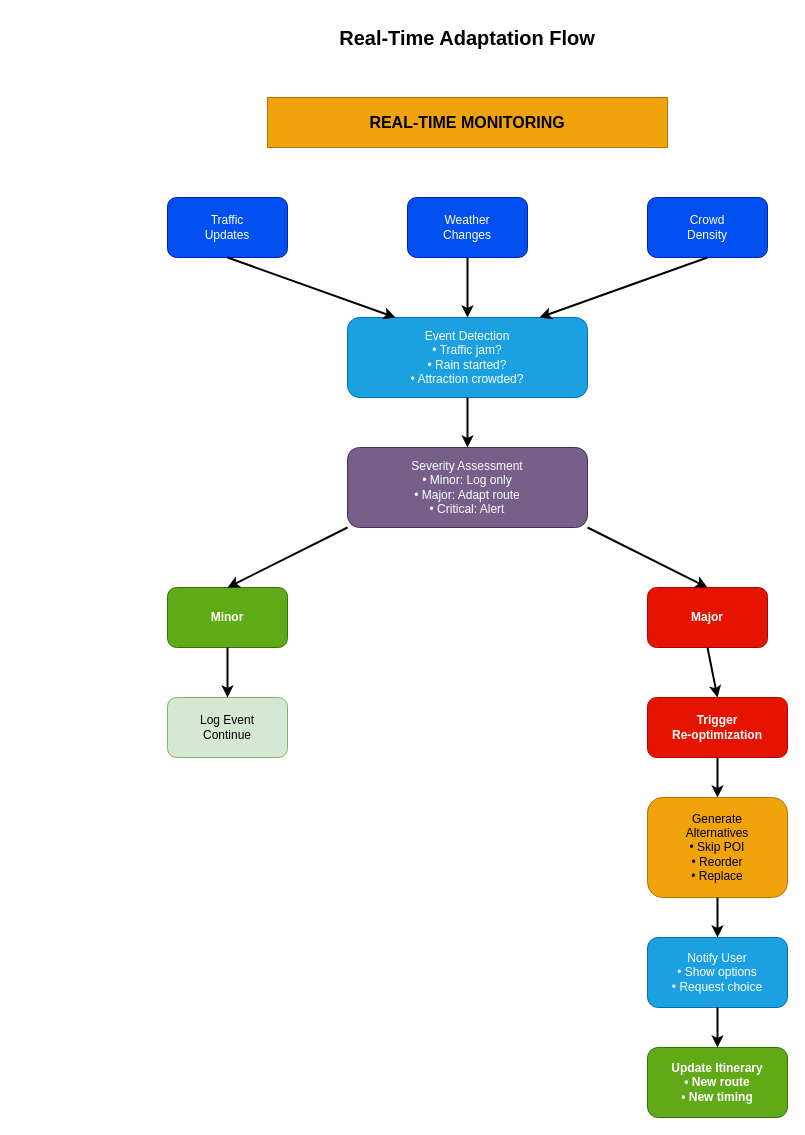
Earlier version of the draw.io diagram diagrams/diagram_6_realtime_adaptation.drawio (Maxwell-Fernandes/WanderWise-FYP). Source tidied: cells renumbered, new cells numbered last; positions are measured from the earlier drawing's top-left corner, leaving out a move shared by most shapes. Both pictures are drawn from the tidied source at 100%, with x=0, y=0 at pixel (167, 17).
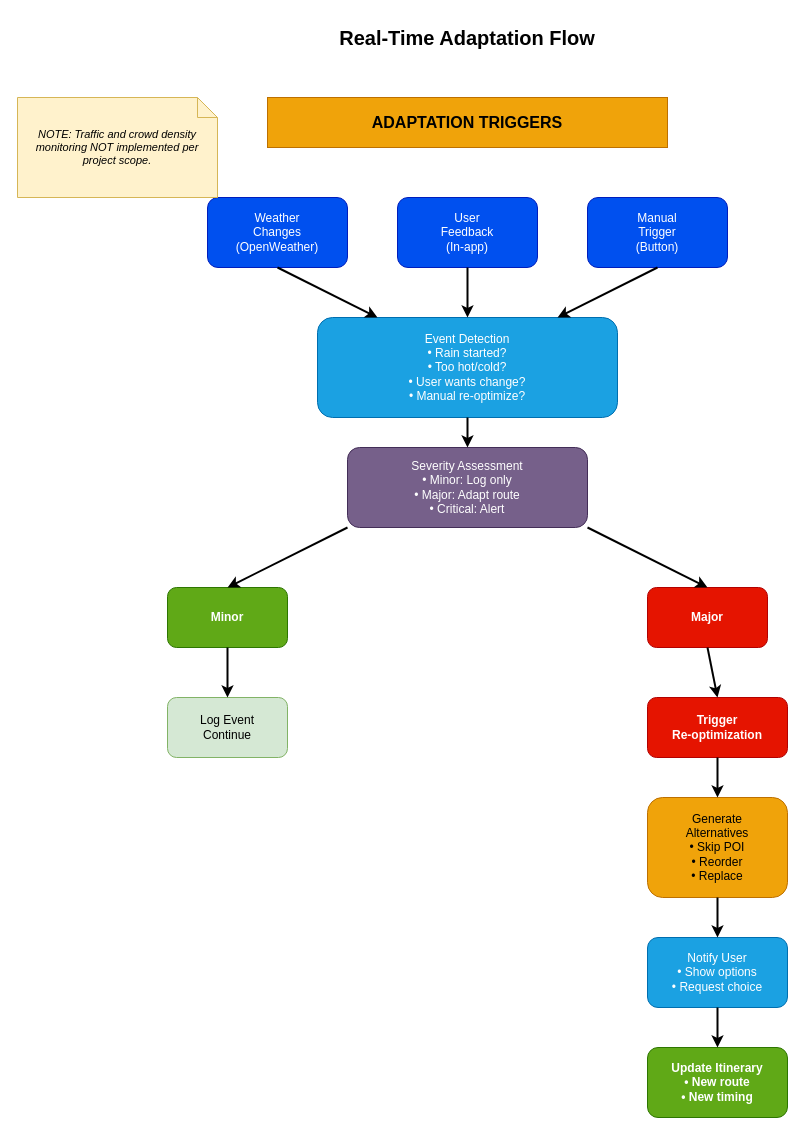
After the change.

Diff of the diagram source:
```diff
@@
-    <mxCell id="3" value="REAL-TIME MONITORING" style="rounded=0;whiteSpace=wrap;html=1;fillColor=#f0a30a;strokeColor=#BD7000;fontColor=#000000;fontStyle=1;fontSize=16;" parent="1" vertex="1">
+    <mxCell id="3" value="ADAPTATION TRIGGERS" style="rounded=0;whiteSpace=wrap;html=1;fillColor=#f0a30a;strokeColor=#BD7000;fontColor=#000000;fontStyle=1;fontSize=16;" parent="1" vertex="1">
       <mxGeometry x="100" y="80" width="400" height="50" as="geometry" />
     </mxCell>
-    <mxCell id="4" value="Traffic&lt;br&gt;Updates" style="rounded=1;whiteSpace=wrap;html=1;fillColor=#0050ef;strokeColor=#001DBC;fontColor=#ffffff;" parent="1" vertex="1">
-      <mxGeometry y="180" width="120" height="60" as="geometry" />
-    </mxCell>
-    <mxCell id="5" value="Weather&lt;br&gt;Changes" style="rounded=1;whiteSpace=wrap;html=1;fillColor=#0050ef;strokeColor=#001DBC;fontColor=#ffffff;" parent="1" vertex="1">
-      <mxGeometry x="240" y="180" width="120" height="60" as="geometry" />
+    <mxCell id="5" value="Weather&lt;br&gt;Changes&lt;br&gt;(OpenWeather)" style="rounded=1;whiteSpace=wrap;html=1;fillColor=#0050ef;strokeColor=#001DBC;fontColor=#ffffff;" parent="1" vertex="1">
+      <mxGeometry x="40" y="180" width="140" height="70" as="geometry" />
     </mxCell>
-    <mxCell id="6" value="Crowd&lt;br&gt;Density" style="rounded=1;whiteSpace=wrap;html=1;fillColor=#0050ef;strokeColor=#001DBC;fontColor=#ffffff;" parent="1" vertex="1">
-      <mxGeometry x="480" y="180" width="120" height="60" as="geometry" />
-    </mxCell>
+    <mxCell id="27" value="User&lt;br&gt;Feedback&lt;br&gt;(In-app)" style="rounded=1;whiteSpace=wrap;html=1;fillColor=#0050ef;strokeColor=#001DBC;fontColor=#ffffff;" parent="1" vertex="1">
+      <mxGeometry x="230" y="180" width="140" height="70" as="geometry" />
+    </mxCell>
+    <mxCell id="28" value="Manual&lt;br&gt;Trigger&lt;br&gt;(Button)" style="rounded=1;whiteSpace=wrap;html=1;fillColor=#0050ef;strokeColor=#001DBC;fontColor=#ffffff;" parent="1" vertex="1">
+      <mxGeometry x="420" y="180" width="140" height="70" as="geometry" />
+    </mxCell>
-    <mxCell id="7" value="Event Detection&lt;br&gt;• Traffic jam?&lt;br&gt;• Rain started?&lt;br&gt;• Attraction crowded?" style="rounded=1;whiteSpace=wrap;html=1;fillColor=#1ba1e2;strokeColor=#006EAF;fontColor=#ffffff;" parent="1" vertex="1">
-      <mxGeometry x="180" y="300" width="240" height="80" as="geometry" />
+    <mxCell id="7" value="Event Detection&lt;br&gt;• Rain started?&lt;br&gt;• Too hot/cold?&lt;br&gt;• User wants change?&lt;br&gt;• Manual re-optimize?" style="rounded=1;whiteSpace=wrap;html=1;fillColor=#1ba1e2;strokeColor=#006EAF;fontColor=#ffffff;" parent="1" vertex="1">
+      <mxGeometry x="150" y="300" width="300" height="100" as="geometry" />
     </mxCell>
+    <mxCell id="29" value="NOTE: Traffic and crowd density monitoring NOT implemented per project scope." style="shape=note;whiteSpace=wrap;html=1;backgroundOutline=1;fillColor=#fff2cc;strokeColor=#d6b656;fontColor=#000000;size=20;fontSize=11;fontStyle=2;" parent="1" vertex="1">
+      <mxGeometry x="-150" y="80" width="200" height="100" as="geometry" />
+    </mxCell>
@@
-    <mxCell id="16" style="endArrow=classic;html=1;strokeWidth=2;exitX=0.5;exitY=1;entryX=0.2;entryY=0;" parent="1" edge="1" source="4" target="7">
+    <mxCell id="16" style="endArrow=classic;html=1;strokeWidth=2;exitX=0.5;exitY=1;entryX=0.2;entryY=0;" parent="1" edge="1" source="5" target="7">
       <mxGeometry relative="1" as="geometry" />
     </mxCell>
-    <mxCell id="17" style="endArrow=classic;html=1;strokeWidth=2;exitX=0.5;exitY=1;entryX=0.5;entryY=0;" parent="1" edge="1" source="5" target="7">
+    <mxCell id="17" style="endArrow=classic;html=1;strokeWidth=2;exitX=0.5;exitY=1;entryX=0.5;entryY=0;" parent="1" edge="1" source="27" target="7">
       <mxGeometry relative="1" as="geometry" />
     </mxCell>
-    <mxCell id="18" style="endArrow=classic;html=1;strokeWidth=2;exitX=0.5;exitY=1;entryX=0.8;entryY=0;" parent="1" edge="1" source="6" target="7">
+    <mxCell id="18" style="endArrow=classic;html=1;strokeWidth=2;exitX=0.5;exitY=1;entryX=0.8;entryY=0;" parent="1" edge="1" source="28" target="7">
       <mxGeometry relative="1" as="geometry" />
     </mxCell>
```
